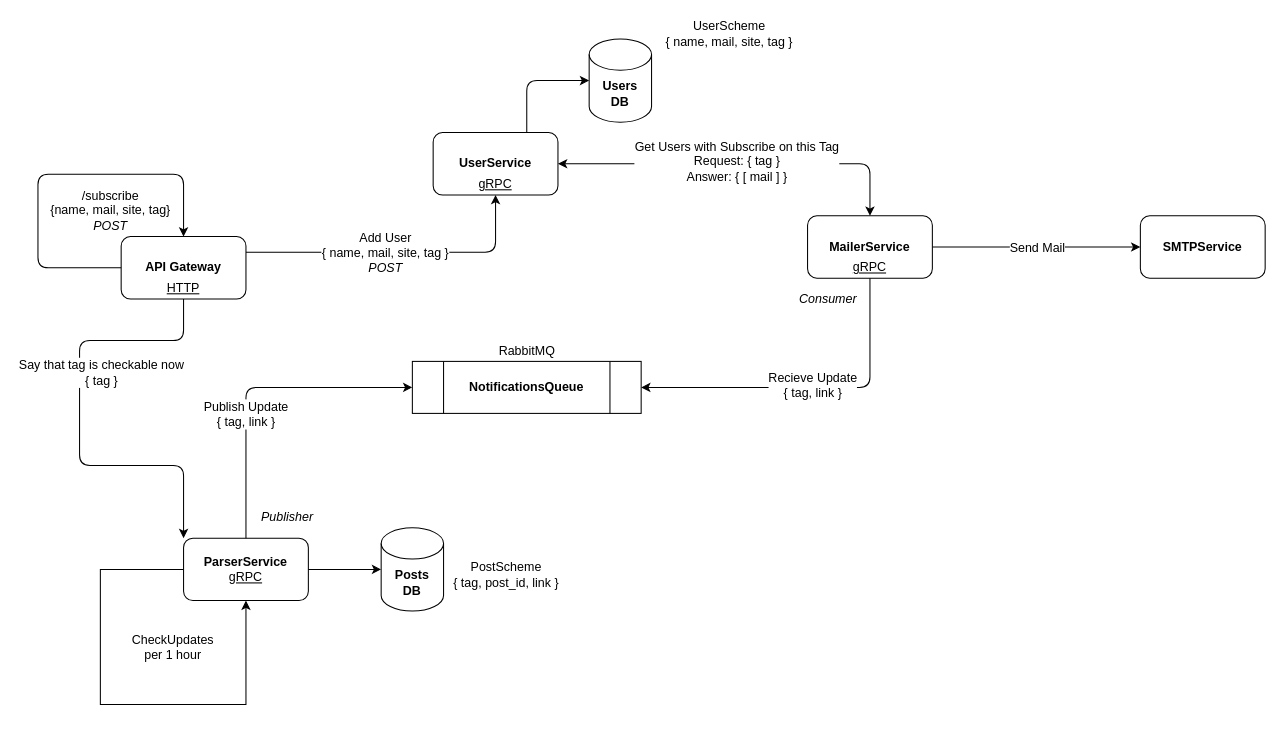
ythosa/habranews keeps this draw.io diagram as news-alert-architecture.drawio. Above is the earlier version. Source tidied: cells renumbered, new cells numbered last; positions are measured from the earlier drawing's top-left corner, leaving out a move shared by most shapes. Both pictures are drawn from the tidied source at 104%, with x=0, y=0 at pixel (37, 18).
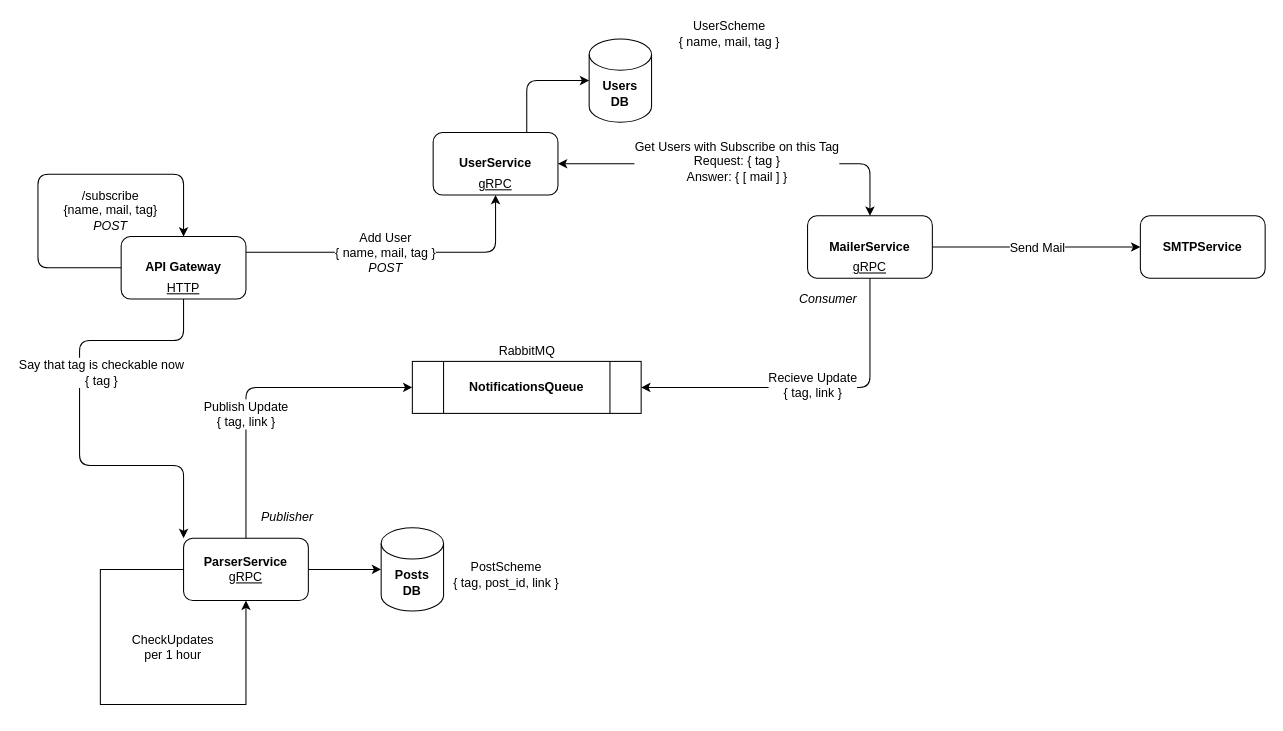
The same diagram, later.

The change refers to these unchanged cells:
```xml
<mxCell id="6" style="endArrow=classic;html=1;exitX=1;exitY=0.25;exitDx=0;exitDy=0;entryX=0.5;entryY=1;entryDx=0;entryDy=0;" parent="1" edge="1" source="2" target="3">
  <mxGeometry relative="1" as="geometry">
    <Array as="points">
      <mxPoint x="440" y="225" />
    </Array>
  </mxGeometry>
</mxCell>
```

Change to the diagram source:
```diff
@@
-    <mxCell id="7" value="&lt;font style=&quot;font-size: 12px&quot;&gt;Add User&lt;br&gt;{ name, mail, site, tag }&lt;br&gt;&lt;i&gt;POST&lt;/i&gt;&lt;br&gt;&lt;/font&gt;" style="edgeLabel;html=1;align=center;verticalAlign=middle;" parent="6" vertex="1">
+    <mxCell id="7" value="&lt;font style=&quot;font-size: 12px&quot;&gt;Add User&lt;br&gt;{ name, mail, tag }&lt;br&gt;&lt;i&gt;POST&lt;/i&gt;&lt;br&gt;&lt;/font&gt;" style="edgeLabel;html=1;align=center;verticalAlign=middle;" parent="6" vertex="1">
       <mxGeometry x="-0.1" relative="1" as="geometry" />
     </mxCell>
@@
-    <mxCell id="26" value="/subscribe&lt;br&gt;{name, mail, site, tag}&lt;br&gt;&lt;i&gt;POST&lt;/i&gt;" style="text;html=1;strokeColor=none;fillColor=none;align=center;verticalAlign=middle;whiteSpace=wrap;rounded=0;" parent="1" vertex="1">
+    <mxCell id="26" value="/subscribe&lt;br&gt;{name, mail, tag}&lt;br&gt;&lt;i&gt;POST&lt;/i&gt;" style="text;html=1;strokeColor=none;fillColor=none;align=center;verticalAlign=middle;whiteSpace=wrap;rounded=0;" parent="1" vertex="1">
       <mxGeometry x="10" y="150" width="120" height="70" as="geometry" />
     </mxCell>
-    <mxCell id="27" value="UserScheme&lt;br&gt;{ name, mail, site, tag }" style="text;html=1;strokeColor=none;fillColor=none;align=center;verticalAlign=middle;whiteSpace=wrap;rounded=0;" parent="1" vertex="1">
+    <mxCell id="27" value="UserScheme&lt;br&gt;{ name, mail, tag }" style="text;html=1;strokeColor=none;fillColor=none;align=center;verticalAlign=middle;whiteSpace=wrap;rounded=0;" parent="1" vertex="1">
       <mxGeometry x="580" width="170" height="30" as="geometry" />
     </mxCell>
```
